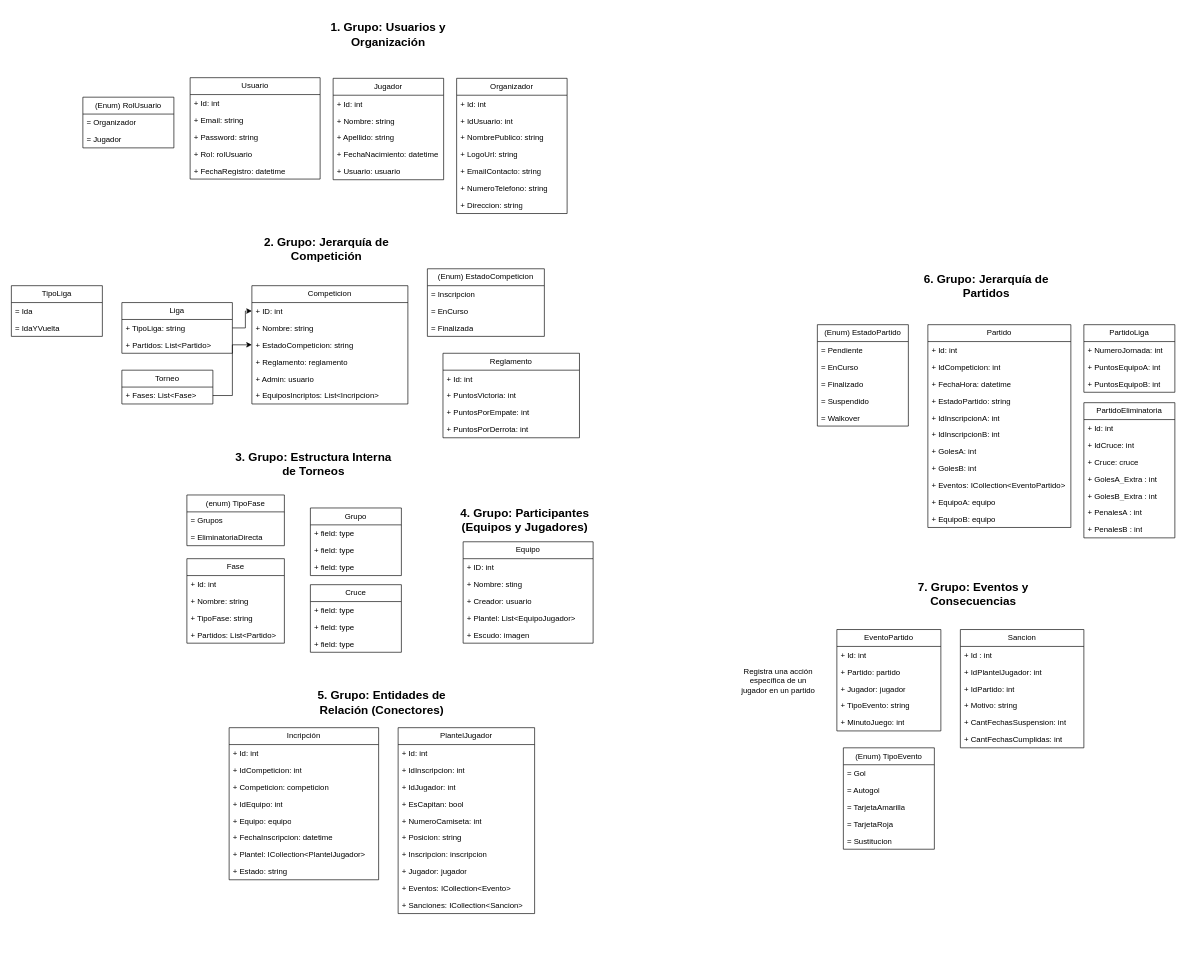
ssofi20/TPC-LigaPro-Equipo9A keeps this draw.io diagram as docs/domain-model/Modelo de Dominio - TPC LigaPro - V5.drawio. Above is the earlier version. Source tidied: cells renumbered, new cells numbered last; positions are measured from the earlier drawing's top-left corner, leaving out a move shared by most shapes. Both pictures are drawn from the tidied source at 65%, with x=0, y=0 at pixel (11, 25).
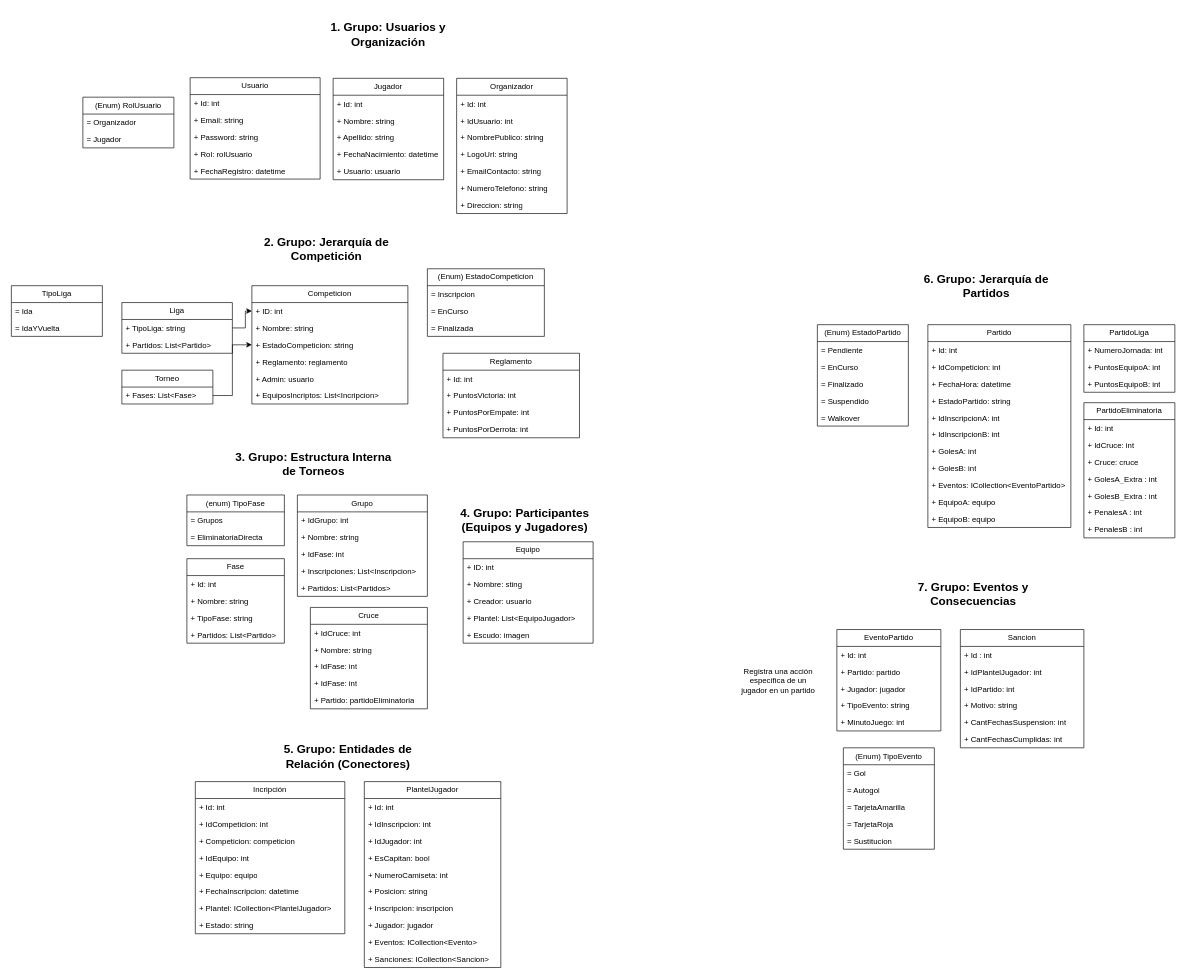
Above is the later version.

Diff of the diagram source:
```diff
@@
     <mxCell id="33" value="Incripción" style="swimlane;fontStyle=0;horizontal=1;startSize=26;fillColor=none;whiteSpace=wrap;html=1;" parent="1" vertex="1">
-      <mxGeometry x="335" y="1080" width="230" height="234" as="geometry" />
+      <mxGeometry x="283" y="1163" width="230" height="234" as="geometry" />
     </mxCell>
@@
     <mxCell id="60" value="PlantelJugador" style="swimlane;fontStyle=0;horizontal=1;startSize=26;fillColor=none;whiteSpace=wrap;html=1;" parent="1" vertex="1">
-      <mxGeometry x="595" y="1080" width="210" height="286" as="geometry" />
+      <mxGeometry x="543" y="1163" width="210" height="286" as="geometry" />
     </mxCell>
@@
     <mxCell id="101" value="Grupo" style="swimlane;fontStyle=0;horizontal=1;startSize=26;fillColor=none;whiteSpace=wrap;html=1;" parent="1" vertex="1">
-      <mxGeometry x="460" y="742" width="140" height="104" as="geometry" />
+      <mxGeometry x="440" y="722" width="200" height="156" as="geometry" />
     </mxCell>
-    <mxCell id="102" value="+ field: type" style="text;strokeColor=none;fillColor=none;align=left;verticalAlign=top;spacingLeft=4;spacingRight=4;overflow=hidden;whiteSpace=wrap;html=1;" parent="101" vertex="1">
-      <mxGeometry y="26" width="140" height="26" as="geometry" />
+    <mxCell id="102" value="+ IdGrupo: int" style="text;strokeColor=none;fillColor=none;align=left;verticalAlign=top;spacingLeft=4;spacingRight=4;overflow=hidden;whiteSpace=wrap;html=1;" parent="101" vertex="1">
+      <mxGeometry y="26" width="200" height="26" as="geometry" />
     </mxCell>
+    <mxCell id="104" value="+ Nombre: string" style="text;strokeColor=none;fillColor=none;align=left;verticalAlign=top;spacingLeft=4;spacingRight=4;overflow=hidden;whiteSpace=wrap;html=1;" parent="101" vertex="1">
+      <mxGeometry y="52" width="200" height="26" as="geometry" />
+    </mxCell>
-    <mxCell id="103" value="+ field: type" style="text;strokeColor=none;fillColor=none;align=left;verticalAlign=top;spacingLeft=4;spacingRight=4;overflow=hidden;whiteSpace=wrap;html=1;" parent="101" vertex="1">
-      <mxGeometry y="52" width="140" height="26" as="geometry" />
+    <mxCell id="103" value="+ IdFase: int" style="text;strokeColor=none;fillColor=none;align=left;verticalAlign=top;spacingLeft=4;spacingRight=4;overflow=hidden;whiteSpace=wrap;html=1;" parent="101" vertex="1">
+      <mxGeometry y="78" width="200" height="26" as="geometry" />
     </mxCell>
-    <mxCell id="104" value="+ field: type" style="text;strokeColor=none;fillColor=none;align=left;verticalAlign=top;spacingLeft=4;spacingRight=4;overflow=hidden;whiteSpace=wrap;html=1;" parent="101" vertex="1">
-      <mxGeometry y="78" width="140" height="26" as="geometry" />
-    </mxCell>
+    <mxCell id="150" value="+ Inscripciones: List&amp;lt;Inscripcion&amp;gt;" style="text;strokeColor=none;fillColor=none;align=left;verticalAlign=top;spacingLeft=4;spacingRight=4;overflow=hidden;whiteSpace=wrap;html=1;" parent="101" vertex="1">
+      <mxGeometry y="104" width="200" height="26" as="geometry" />
+    </mxCell>
+    <mxCell id="151" value="+ Partidos: List&amp;lt;Partidos&amp;gt;" style="text;strokeColor=none;fillColor=none;align=left;verticalAlign=top;spacingLeft=4;spacingRight=4;overflow=hidden;whiteSpace=wrap;html=1;" parent="101" vertex="1">
+      <mxGeometry y="130" width="200" height="26" as="geometry" />
+    </mxCell>
     <mxCell id="105" value="Cruce" style="swimlane;fontStyle=0;horizontal=1;startSize=26;fillColor=none;whiteSpace=wrap;html=1;" parent="1" vertex="1">
-      <mxGeometry x="460" y="860" width="140" height="104" as="geometry" />
+      <mxGeometry x="460" y="895" width="180" height="156" as="geometry" />
     </mxCell>
-    <mxCell id="106" value="+ field: type" style="text;strokeColor=none;fillColor=none;align=left;verticalAlign=top;spacingLeft=4;spacingRight=4;overflow=hidden;whiteSpace=wrap;html=1;" parent="105" vertex="1">
-      <mxGeometry y="26" width="140" height="26" as="geometry" />
+    <mxCell id="106" value="+ IdCruce: int" style="text;strokeColor=none;fillColor=none;align=left;verticalAlign=top;spacingLeft=4;spacingRight=4;overflow=hidden;whiteSpace=wrap;html=1;" parent="105" vertex="1">
+      <mxGeometry y="26" width="180" height="26" as="geometry" />
     </mxCell>
-    <mxCell id="107" value="+ field: type" style="text;strokeColor=none;fillColor=none;align=left;verticalAlign=top;spacingLeft=4;spacingRight=4;overflow=hidden;whiteSpace=wrap;html=1;" parent="105" vertex="1">
-      <mxGeometry y="52" width="140" height="26" as="geometry" />
+    <mxCell id="107" value="+ Nombre: string" style="text;strokeColor=none;fillColor=none;align=left;verticalAlign=top;spacingLeft=4;spacingRight=4;overflow=hidden;whiteSpace=wrap;html=1;" parent="105" vertex="1">
+      <mxGeometry y="52" width="180" height="26" as="geometry" />
     </mxCell>
-    <mxCell id="108" value="+ field: type" style="text;strokeColor=none;fillColor=none;align=left;verticalAlign=top;spacingLeft=4;spacingRight=4;overflow=hidden;whiteSpace=wrap;html=1;" parent="105" vertex="1">
-      <mxGeometry y="78" width="140" height="26" as="geometry" />
+    <mxCell id="108" value="+ IdFase: int" style="text;strokeColor=none;fillColor=none;align=left;verticalAlign=top;spacingLeft=4;spacingRight=4;overflow=hidden;whiteSpace=wrap;html=1;" parent="105" vertex="1">
+      <mxGeometry y="78" width="180" height="26" as="geometry" />
     </mxCell>
+    <mxCell id="152" value="+ IdFase: int" style="text;strokeColor=none;fillColor=none;align=left;verticalAlign=top;spacingLeft=4;spacingRight=4;overflow=hidden;whiteSpace=wrap;html=1;" parent="105" vertex="1">
+      <mxGeometry y="104" width="180" height="26" as="geometry" />
+    </mxCell>
+    <mxCell id="153" value="+ Partido: partidoEliminatoria" style="text;strokeColor=none;fillColor=none;align=left;verticalAlign=top;spacingLeft=4;spacingRight=4;overflow=hidden;whiteSpace=wrap;html=1;" parent="105" vertex="1">
+      <mxGeometry y="130" width="180" height="26" as="geometry" />
+    </mxCell>
@@
     <mxCell id="110" value="&lt;h2&gt;5. Grupo: Entidades de Relación (Conectores)&lt;/h2&gt;&lt;p&gt;&lt;/p&gt;&lt;p&gt;&lt;/p&gt;" style="text;html=1;whiteSpace=wrap;strokeColor=none;fillColor=none;align=center;verticalAlign=middle;rounded=0;" parent="1" vertex="1">
-      <mxGeometry x="435" y="1027" width="270" height="30" as="geometry" />
+      <mxGeometry x="383" y="1110" width="270" height="30" as="geometry" />
     </mxCell>
```
